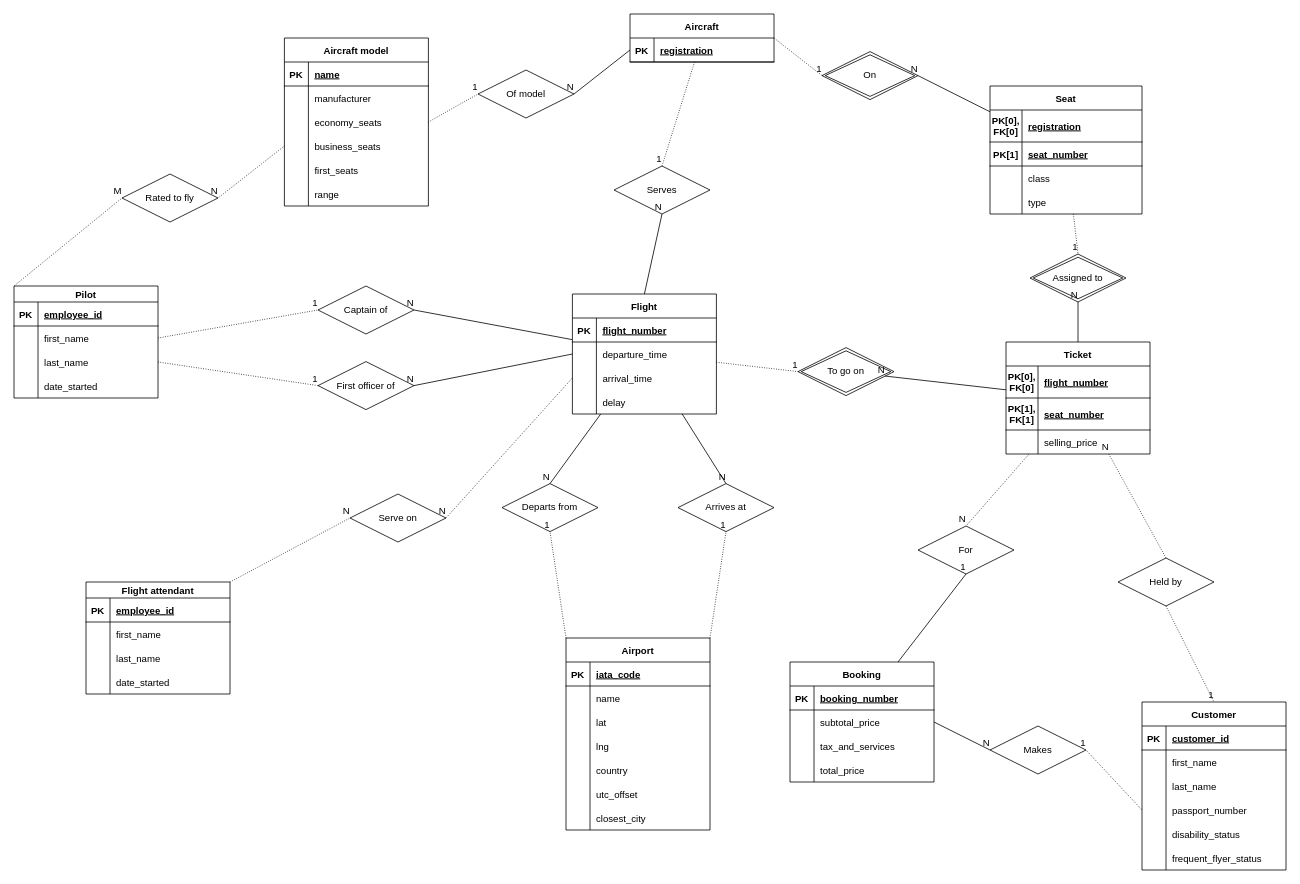
Earlier version of the draw.io diagram Airline system ER diagram.drawio (lyulka/comp3278). Source tidied: cells renumbered, new cells numbered last; positions are measured from the earlier drawing's top-left corner, leaving out a move shared by most shapes. Both pictures are drawn from the tidied source at 80%, with x=0, y=0 at pixel (14, 14).
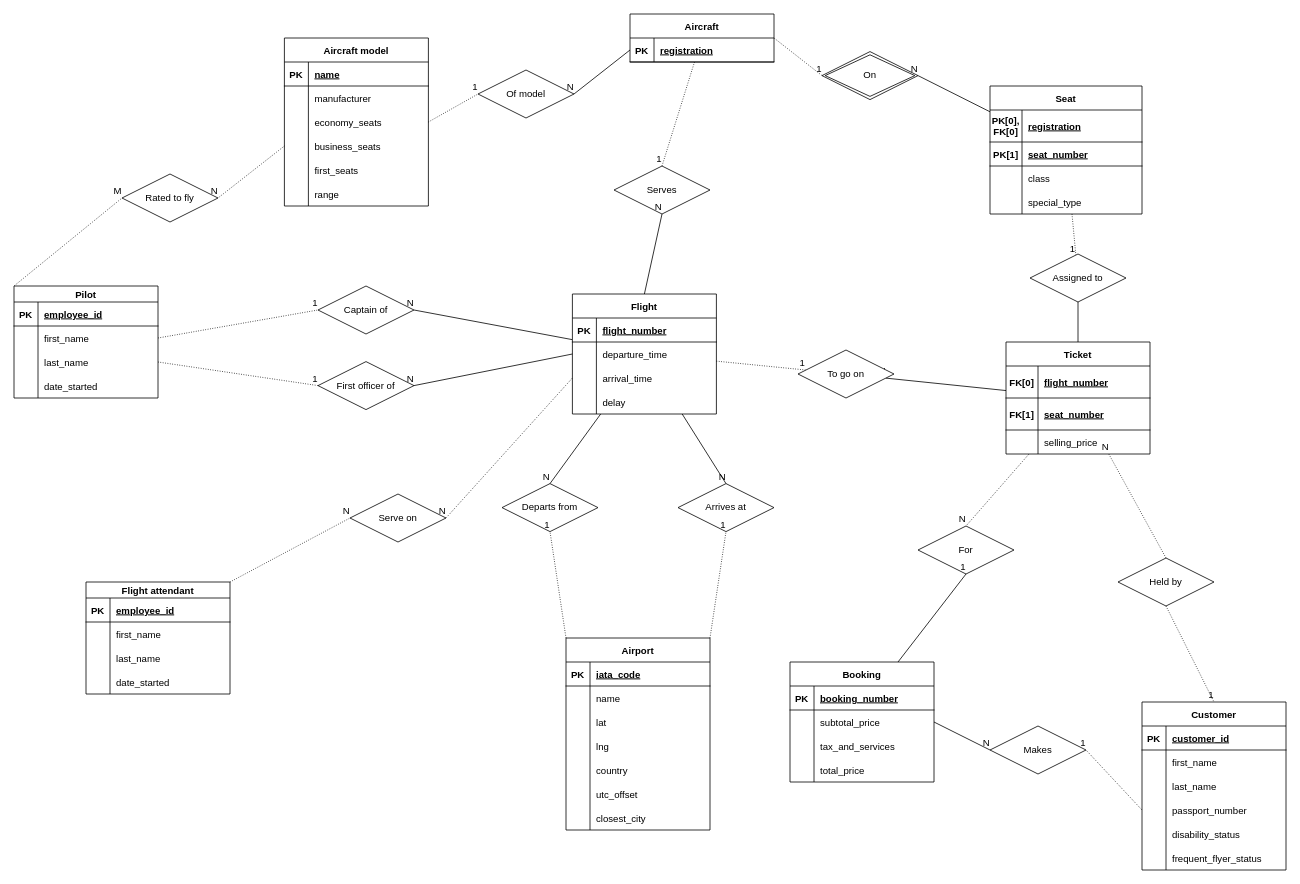
The same diagram, later.

Commit message:
Change ticket to strong entity set.

Unchanged cells that the change refers to:
```xml
<mxCell id="2" value="Flight" style="shape=table;startSize=30;childLayout=tableLayout;rowLines=0;fontStyle=1;align=center;" parent="1" vertex="1">
  <mxGeometry x="698" y="350" width="180" height="150" as="geometry" />
</mxCell>
<mxCell id="20" value="Seat" style="shape=table;startSize=30;childLayout=tableLayout;rowLines=0;fontStyle=1;align=center;" parent="1" vertex="1">
  <mxGeometry x="1220" y="90" width="190" height="160" as="geometry" />
</mxCell>
<mxCell id="30" style="shape=partialRectangle;fillColor=none;top=0;left=0;bottom=0;right=0;" parent="20" vertex="1">
  <mxGeometry y="130" width="190" height="30" as="geometry" />
</mxCell>
<mxCell id="137" value="Ticket" style="shape=table;startSize=30;childLayout=tableLayout;rowLines=0;fontStyle=1;align=center;" parent="1" vertex="1">
  <mxGeometry x="1240" y="410" width="180" height="140" as="geometry" />
</mxCell>
<mxCell id="138" style="shape=partialRectangle;fillColor=none;top=0;left=0;bottom=1;right=0;" parent="137" vertex="1">
  <mxGeometry y="30" width="180" height="40" as="geometry" />
</mxCell>
<mxCell id="141" style="shape=partialRectangle;fillColor=none;top=0;left=0;bottom=1;right=0;" parent="137" vertex="1">
  <mxGeometry y="70" width="180" height="40" as="geometry" />
</mxCell>
```

Diff of the diagram source:
```diff
@@
-    <mxCell id="32" value="type" style="shape=partialRectangle;fillColor=none;top=0;left=0;bottom=0;right=0;align=left;spacingLeft=6;overflow=hidden;" parent="30" vertex="1">
+    <mxCell id="32" value="special_type" style="shape=partialRectangle;fillColor=none;top=0;left=0;bottom=0;right=0;align=left;spacingLeft=6;overflow=hidden;" parent="30" vertex="1">
       <mxGeometry x="40" width="150" height="30" as="geometry" />
     </mxCell>
-    <mxCell id="33" value="Assigned to" style="shape=rhombus;double=1;perimeter=rhombusPerimeter;whiteSpace=wrap;html=1;align=center;" parent="1" vertex="1">
-      <mxGeometry x="1270" y="300" width="120" height="60" as="geometry" />
-    </mxCell>
-    <mxCell id="34" value="To go on" style="shape=rhombus;double=1;perimeter=rhombusPerimeter;whiteSpace=wrap;html=1;align=center;" parent="1" vertex="1">
-      <mxGeometry x="980" y="417" width="120" height="60" as="geometry" />
-    </mxCell>
@@
-    <mxCell id="128" style="endArrow=none;html=1;rounded=0;dashed=1;dashPattern=1 2;entryX=0;entryY=0.5;entryDx=0;entryDy=0;" parent="1" edge="1" source="2" target="34">
+    <mxCell id="128" style="endArrow=none;html=1;rounded=0;dashed=1;dashPattern=1 2;" parent="1" edge="1" source="2" target="34">
       <mxGeometry relative="1" as="geometry" />
     </mxCell>
@@
-    <mxCell id="139" value="PK[0],&#10;FK[0]" style="shape=partialRectangle;fillColor=none;top=0;left=0;bottom=0;right=0;fontStyle=1;overflow=hidden;" parent="138" vertex="1">
+    <mxCell id="139" value="FK[0]" style="shape=partialRectangle;fillColor=none;top=0;left=0;bottom=0;right=0;fontStyle=1;overflow=hidden;" parent="138" vertex="1">
       <mxGeometry width="40" height="40" as="geometry" />
     </mxCell>
@@
-    <mxCell id="142" value="PK[1],&#10;FK[1]" style="shape=partialRectangle;fillColor=none;top=0;left=0;bottom=0;right=0;fontStyle=1;overflow=hidden;" parent="141" vertex="1">
+    <mxCell id="142" value="FK[1]" style="shape=partialRectangle;fillColor=none;top=0;left=0;bottom=0;right=0;fontStyle=1;overflow=hidden;" parent="141" vertex="1">
       <mxGeometry width="40" height="40" as="geometry" />
     </mxCell>
@@
-    <mxCell id="187" style="endArrow=none;html=1;rounded=0;exitX=0.5;exitY=0;exitDx=0;exitDy=0;entryX=0.5;entryY=1;entryDx=0;entryDy=0;" parent="1" edge="1" source="137" target="33">
+    <mxCell id="187" style="endArrow=none;html=1;rounded=0;exitX=0.5;exitY=0;exitDx=0;exitDy=0;" parent="1" edge="1" source="137" target="33">
       <mxGeometry relative="1" as="geometry" />
     </mxCell>
@@
-    <mxCell id="189" style="endArrow=none;html=1;rounded=0;dashed=1;dashPattern=1 2;entryX=0.5;entryY=0;entryDx=0;entryDy=0;" parent="1" edge="1" source="20" target="33">
+    <mxCell id="189" style="endArrow=none;html=1;rounded=0;dashed=1;dashPattern=1 2;" parent="1" edge="1" source="20" target="33">
       <mxGeometry relative="1" as="geometry" />
     </mxCell>
@@
+    <mxCell id="33" value="Assigned to" style="shape=rhombus;perimeter=rhombusPerimeter;whiteSpace=wrap;html=1;align=center;" parent="1" vertex="1">
+      <mxGeometry x="1270" y="300" width="120" height="60" as="geometry" />
+    </mxCell>
+    <mxCell id="34" value="To go on" style="shape=rhombus;perimeter=rhombusPerimeter;whiteSpace=wrap;html=1;align=center;" parent="1" vertex="1">
+      <mxGeometry x="980" y="420" width="120" height="60" as="geometry" />
+    </mxCell>
```
